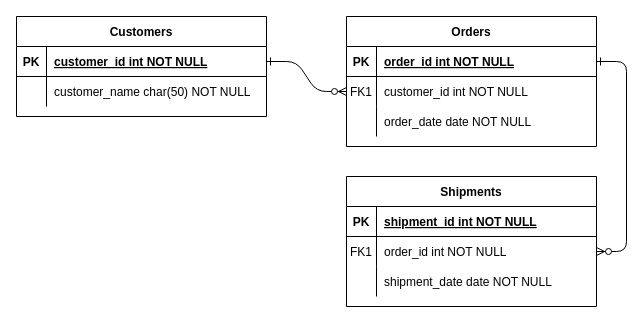
The draw.io diagram Untitled Diagram.drawio in MarkyMan4/capstone-planning, before the edit. Source tidied: cells renumbered, new cells numbered last; positions are measured from the earlier drawing's top-left corner, leaving out a move shared by most shapes. Both pictures are drawn from the tidied source at 100%, with x=0, y=0 at pixel (16, 16).
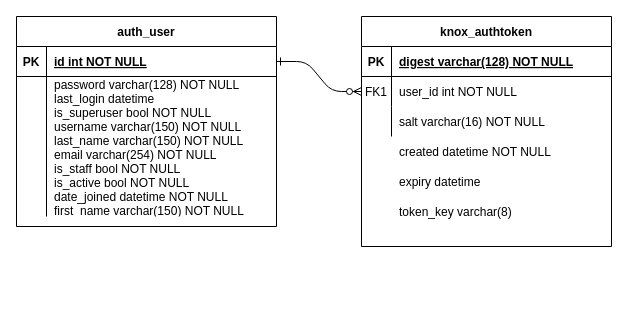
The same page after the edit.

Unchanged cells that the change refers to:
```xml
<mxCell id="5" style="shape=partialRectangle;fillColor=none;points=[[0,0.5],[1,0.5]];portConstraint=eastwest;top=0;left=0;right=0;bottom=1;" parent="4" vertex="1">
  <mxGeometry y="30" width="250" height="30" as="geometry" />
</mxCell>
<mxCell id="8" style="shape=partialRectangle;fillColor=none;points=[[0,0.5],[1,0.5]];portConstraint=eastwest;top=0;left=0;right=0;bottom=0;" parent="4" vertex="1">
  <mxGeometry y="60" width="250" height="30" as="geometry" />
</mxCell>
<mxCell id="11" style="shape=partialRectangle;fillColor=none;top=0;left=0;right=0;bottom=0;" parent="4" vertex="1">
  <mxGeometry y="90" width="250" height="30" as="geometry" />
</mxCell>
```

Change to the diagram source:
```diff
@@
-    <mxCell id="3" style="edgeStyle=entityRelationEdgeStyle;endArrow=ERzeroToMany;startArrow=ERone;endFill=1;startFill=0;" parent="1" edge="1" source="5" target="18">
-      <mxGeometry relative="1" as="geometry" />
-    </mxCell>
-    <mxCell id="4" value="Orders" style="shape=table;startSize=30;childLayout=tableLayout;rowLines=0;fontStyle=1;align=center;" parent="1" vertex="1">
-      <mxGeometry x="330" width="250" height="130" as="geometry" />
+    <mxCell id="4" value="knox_authtoken" style="shape=table;startSize=30;childLayout=tableLayout;rowLines=0;fontStyle=1;align=center;" parent="1" vertex="1">
+      <mxGeometry x="345" width="250" height="230" as="geometry" />
     </mxCell>
@@
-    <mxCell id="7" value="order_id int NOT NULL " style="shape=partialRectangle;overflow=hidden;fillColor=none;top=0;left=0;bottom=0;right=0;align=left;spacingLeft=6;fontStyle=5;" parent="5" vertex="1">
+    <mxCell id="7" value="digest varchar(128) NOT NULL " style="shape=partialRectangle;overflow=hidden;fillColor=none;top=0;left=0;bottom=0;right=0;align=left;spacingLeft=6;fontStyle=5;" parent="5" vertex="1">
       <mxGeometry x="30" width="220" height="30" as="geometry" />
     </mxCell>
@@
-    <mxCell id="10" value="customer_id int NOT NULL" style="shape=partialRectangle;overflow=hidden;fillColor=none;top=0;left=0;bottom=0;right=0;align=left;spacingLeft=6;" parent="8" vertex="1">
+    <mxCell id="10" value="user_id int NOT NULL" style="shape=partialRectangle;overflow=hidden;fillColor=none;top=0;left=0;bottom=0;right=0;align=left;spacingLeft=6;" parent="8" vertex="1">
       <mxGeometry x="30" width="220" height="30" as="geometry" />
     </mxCell>
@@
-    <mxCell id="13" value="order_date date NOT NULL" style="shape=partialRectangle;overflow=hidden;fillColor=none;top=0;left=0;bottom=0;right=0;align=left;spacingLeft=6;" parent="11" vertex="1">
+    <mxCell id="13" value="salt varchar(16) NOT NULL" style="shape=partialRectangle;overflow=hidden;fillColor=none;top=0;left=0;bottom=0;right=0;align=left;spacingLeft=6;" parent="11" vertex="1">
       <mxGeometry x="30" width="220" height="30" as="geometry" />
     </mxCell>
-    <mxCell id="14" value="Shipments" style="shape=table;startSize=30;childLayout=tableLayout;rowLines=0;fontStyle=1;align=center;" parent="1" vertex="1">
-      <mxGeometry x="330" y="160" width="250" height="130" as="geometry" />
-    </mxCell>
-    <mxCell id="15" style="shape=partialRectangle;fillColor=none;top=0;left=0;right=0;bottom=1;" parent="14" vertex="1">
-      <mxGeometry y="30" width="250" height="30" as="geometry" />
-    </mxCell>
-    <mxCell id="16" value="PK" style="shape=partialRectangle;overflow=hidden;fillColor=none;top=0;left=0;bottom=0;right=0;fontStyle=1;" parent="15" vertex="1">
-      <mxGeometry width="30" height="30" as="geometry" />
-    </mxCell>
-    <mxCell id="17" value="shipment_id int NOT NULL " style="shape=partialRectangle;overflow=hidden;fillColor=none;top=0;left=0;bottom=0;right=0;align=left;spacingLeft=6;fontStyle=5;" parent="15" vertex="1">
-      <mxGeometry x="30" width="220" height="30" as="geometry" />
-    </mxCell>
-    <mxCell id="18" style="shape=partialRectangle;fillColor=none;points=[[0,0.5],[1,0.5]];portConstraint=eastwest;top=0;left=0;right=0;bottom=0;" parent="14" vertex="1">
-      <mxGeometry y="60" width="250" height="30" as="geometry" />
-    </mxCell>
-    <mxCell id="19" value="FK1" style="shape=partialRectangle;overflow=hidden;fillColor=none;top=0;left=0;bottom=0;right=0;" parent="18" vertex="1">
-      <mxGeometry width="30" height="30" as="geometry" />
-    </mxCell>
-    <mxCell id="20" value="order_id int NOT NULL" style="shape=partialRectangle;overflow=hidden;fillColor=none;top=0;left=0;bottom=0;right=0;align=left;spacingLeft=6;" parent="18" vertex="1">
-      <mxGeometry x="30" width="220" height="30" as="geometry" />
-    </mxCell>
-    <mxCell id="21" style="shape=partialRectangle;fillColor=none;top=0;left=0;right=0;bottom=0;" parent="14" vertex="1">
-      <mxGeometry y="90" width="250" height="30" as="geometry" />
-    </mxCell>
-    <mxCell id="22" style="shape=partialRectangle;overflow=hidden;fillColor=none;top=0;left=0;bottom=0;right=0;" parent="21" vertex="1">
-      <mxGeometry width="30" height="30" as="geometry" />
-    </mxCell>
-    <mxCell id="23" value="shipment_date date NOT NULL" style="shape=partialRectangle;overflow=hidden;fillColor=none;top=0;left=0;bottom=0;right=0;align=left;spacingLeft=6;" parent="21" vertex="1">
-      <mxGeometry x="30" width="220" height="30" as="geometry" />
-    </mxCell>
-    <mxCell id="24" value="Customers" style="shape=table;startSize=30;childLayout=tableLayout;rowLines=0;fontStyle=1;align=center;" parent="1" vertex="1">
-      <mxGeometry width="250" height="100" as="geometry" />
+    <mxCell id="24" value="auth_user" style="shape=table;startSize=30;childLayout=tableLayout;rowLines=0;fontStyle=1;align=center;" parent="1" vertex="1">
+      <mxGeometry width="260" height="210" as="geometry" />
     </mxCell>
     <mxCell id="25" style="shape=partialRectangle;fillColor=none;points=[[0,0.5],[1,0.5]];portConstraint=eastwest;top=0;left=0;right=0;bottom=1;" parent="24" vertex="1">
-      <mxGeometry y="30" width="250" height="30" as="geometry" />
+      <mxGeometry y="30" width="260" height="30" as="geometry" />
     </mxCell>
@@
-    <mxCell id="27" value="customer_id int NOT NULL " style="shape=partialRectangle;overflow=hidden;fillColor=none;top=0;left=0;bottom=0;right=0;align=left;spacingLeft=6;fontStyle=5;" parent="25" vertex="1">
-      <mxGeometry x="30" width="220" height="30" as="geometry" />
+    <mxCell id="27" value="id int NOT NULL " style="shape=partialRectangle;overflow=hidden;fillColor=none;top=0;left=0;bottom=0;right=0;align=left;spacingLeft=6;fontStyle=5;" parent="25" vertex="1">
+      <mxGeometry x="30" width="230" height="30" as="geometry" />
     </mxCell>
     <mxCell id="28" style="shape=partialRectangle;fillColor=none;top=0;left=0;right=0;bottom=0;" parent="24" vertex="1">
-      <mxGeometry y="60" width="250" height="30" as="geometry" />
+      <mxGeometry y="60" width="260" height="140" as="geometry" />
     </mxCell>
     <mxCell id="29" style="shape=partialRectangle;overflow=hidden;fillColor=none;top=0;left=0;bottom=0;right=0;" parent="28" vertex="1">
-      <mxGeometry width="30" height="30" as="geometry" />
+      <mxGeometry width="30" height="140" as="geometry" />
     </mxCell>
-    <mxCell id="30" value="customer_name char(50) NOT NULL" style="shape=partialRectangle;overflow=hidden;fillColor=none;top=0;left=0;bottom=0;right=0;align=left;spacingLeft=6;" parent="28" vertex="1">
-      <mxGeometry x="30" width="220" height="30" as="geometry" />
+    <mxCell id="30" value="password varchar(128) NOT NULL&#10;last_login datetime&#10;is_superuser bool NOT NULL&#10;username varchar(150) NOT NULL&#10;last_name varchar(150) NOT NULL&#10;email varchar(254) NOT NULL&#10;is_staff bool NOT NULL&#10;is_active bool NOT NULL&#10;date_joined datetime NOT NULL&#10;first_name varchar(150) NOT NULL" style="shape=partialRectangle;overflow=hidden;fillColor=none;top=0;left=0;bottom=0;right=0;align=left;spacingLeft=6;" parent="28" vertex="1">
+      <mxGeometry x="30" width="230" height="140" as="geometry" />
     </mxCell>
+    <mxCell id="31" value="created datetime NOT NULL" style="shape=partialRectangle;overflow=hidden;fillColor=none;top=0;left=0;bottom=0;right=0;align=left;spacingLeft=6;" parent="1" vertex="1">
+      <mxGeometry x="375" y="120" width="220" height="30" as="geometry" />
+    </mxCell>
+    <mxCell id="32" value="expiry datetime" style="shape=partialRectangle;overflow=hidden;fillColor=none;top=0;left=0;bottom=0;right=0;align=left;spacingLeft=6;" parent="1" vertex="1">
+      <mxGeometry x="375" y="150" width="220" height="30" as="geometry" />
+    </mxCell>
+    <mxCell id="33" value="token_key varchar(8)" style="shape=partialRectangle;overflow=hidden;fillColor=none;top=0;left=0;bottom=0;right=0;align=left;spacingLeft=6;" parent="1" vertex="1">
+      <mxGeometry x="375" y="180" width="220" height="30" as="geometry" />
+    </mxCell>
```
